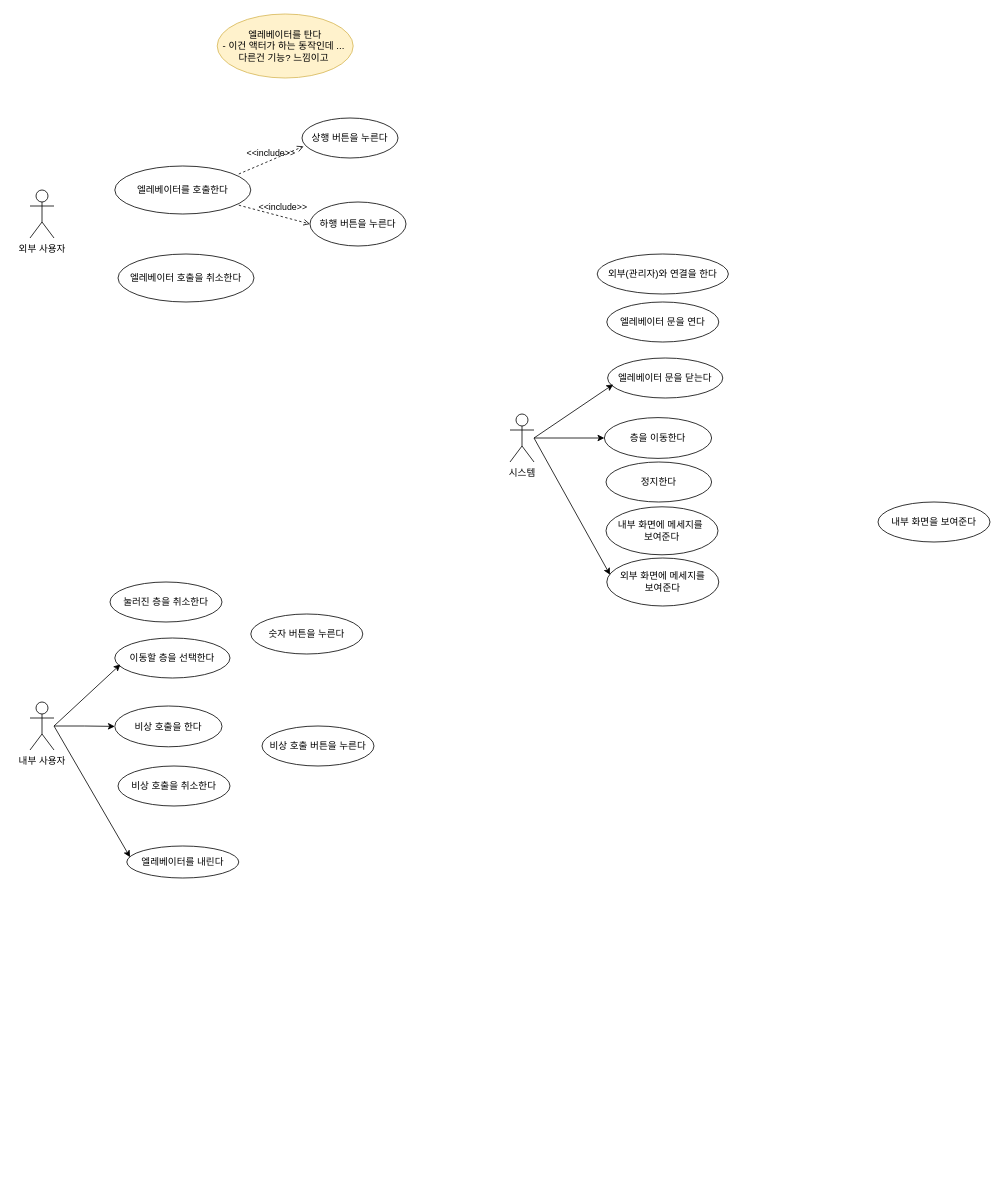
Above: usecase_diagram/elevator_system.drawio in Jin-bright/diagram_study (draw.io), before the change. Source tidied: cells renumbered, new cells numbered last; positions are measured from the earlier drawing's top-left corner, leaving out a move shared by most shapes. Both pictures are drawn from the tidied source at 80%, with x=0, y=0 at pixel (30, 14).
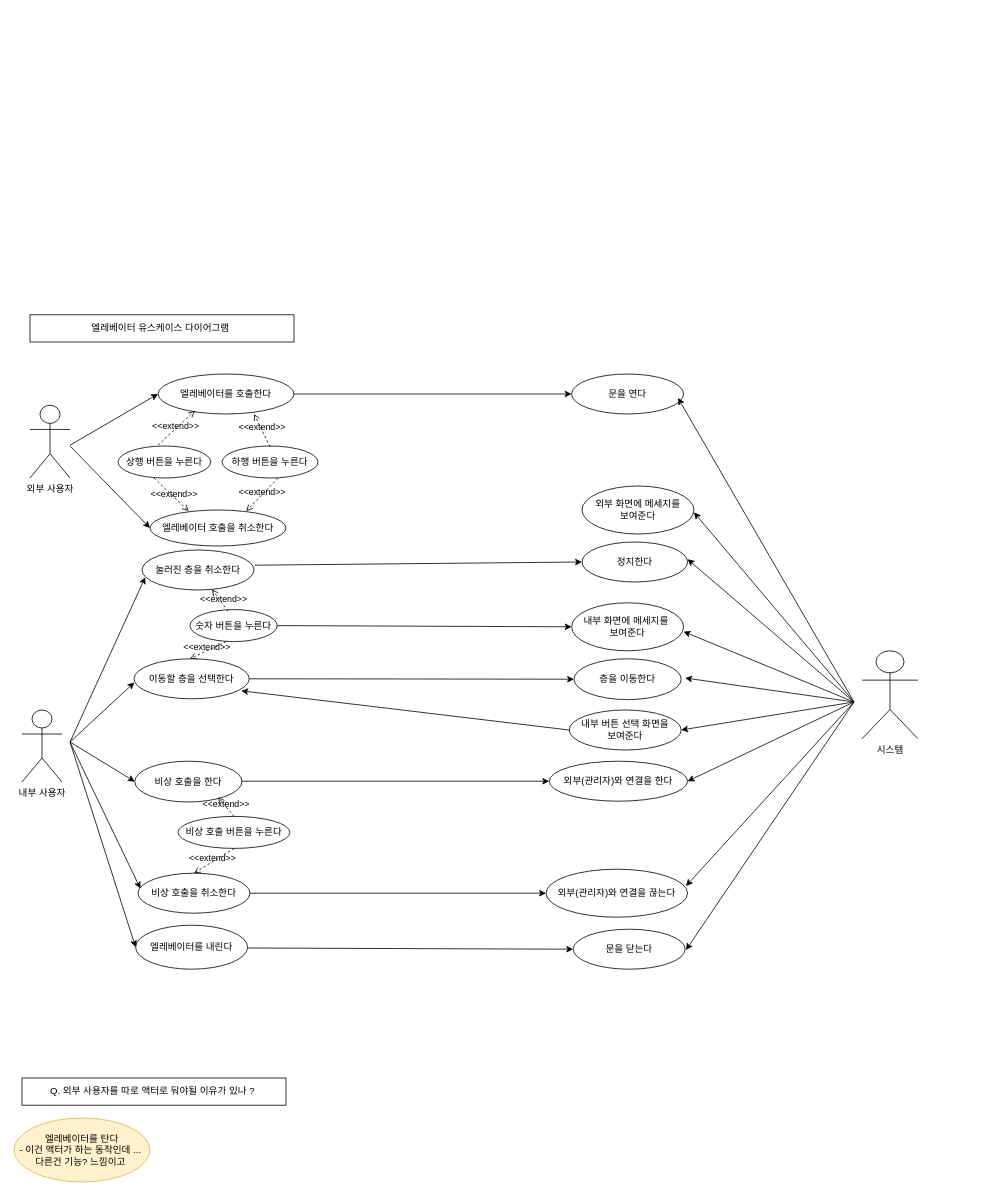
Above is the later version.

Diff of the diagram source:
```diff
@@
     <mxCell id="2" value="외부 사용자" style="shape=umlActor;verticalLabelPosition=bottom;verticalAlign=top;html=1;" parent="1" vertex="1">
-      <mxGeometry y="220" width="30" height="60" as="geometry" />
+      <mxGeometry y="489" width="50" height="91" as="geometry" />
     </mxCell>
     <mxCell id="3" value="상행 버튼을 누른다" style="ellipse;whiteSpace=wrap;html=1;" parent="1" vertex="1">
-      <mxGeometry x="340" y="130" width="120" height="50" as="geometry" />
+      <mxGeometry x="110" y="540" width="116" height="40" as="geometry" />
     </mxCell>
     <mxCell id="4" value="하행 버튼을 누른다" style="ellipse;whiteSpace=wrap;html=1;" parent="1" vertex="1">
-      <mxGeometry x="350" y="235" width="120" height="55" as="geometry" />
+      <mxGeometry x="240" y="540" width="120" height="40" as="geometry" />
     </mxCell>
     <mxCell id="5" value="엘레베이터를 탄다&lt;br&gt;- 이건 액터가 하는 동작인데 ...&amp;nbsp;&lt;br&gt;다른건 기능? 느낌이고&amp;nbsp;" style="ellipse;whiteSpace=wrap;html=1;fillColor=#fff2cc;strokeColor=#d6b656;" parent="1" vertex="1">
-      <mxGeometry x="234" width="170" height="80" as="geometry" />
+      <mxGeometry x="-20" y="1380" width="170" height="80" as="geometry" />
     </mxCell>
-    <mxCell id="6" style="edgeStyle=orthogonalEdgeStyle;rounded=0;jettySize=auto;html=1;" parent="1" edge="1" source="7" target="9">
-      <mxGeometry relative="1" as="geometry" />
-    </mxCell>
     <mxCell id="7" value="내부 사용자" style="shape=umlActor;verticalLabelPosition=bottom;verticalAlign=top;html=1;outlineConnect=0;" parent="1" vertex="1">
-      <mxGeometry y="860" width="30" height="60" as="geometry" />
+      <mxGeometry x="-10" y="870" width="50" height="90" as="geometry" />
     </mxCell>
     <mxCell id="8" value="숫자 버튼을 누른다" style="ellipse;whiteSpace=wrap;html=1;" parent="1" vertex="1">
-      <mxGeometry x="276" y="750" width="140" height="50" as="geometry" />
+      <mxGeometry x="200" y="744.5" width="109" height="40" as="geometry" />
     </mxCell>
     <mxCell id="9" value="비상 호출을 한다" style="ellipse;whiteSpace=wrap;html=1;" parent="1" vertex="1">
-      <mxGeometry x="106" y="865" width="134" height="51" as="geometry" />
+      <mxGeometry x="131" y="934" width="134" height="51" as="geometry" />
     </mxCell>
     <mxCell id="10" value="엘레베이터를 내린다" style="ellipse;whiteSpace=wrap;html=1;" parent="1" vertex="1">
-      <mxGeometry x="121" y="1040" width="140" height="40" as="geometry" />
+      <mxGeometry x="132" y="1139" width="140" height="55" as="geometry" />
     </mxCell>
+    <mxCell id="33" style="edgeStyle=orthogonalEdgeStyle;rounded=0;jettySize=auto;html=1;" parent="1" edge="1" source="11" target="35">
+      <mxGeometry relative="1" as="geometry" />
+    </mxCell>
     <mxCell id="11" value="엘레베이터를 호출한다" style="ellipse;whiteSpace=wrap;html=1;" parent="1" vertex="1">
-      <mxGeometry x="106" y="190" width="170" height="60" as="geometry" />
+      <mxGeometry x="160" y="450" width="170" height="50" as="geometry" />
     </mxCell>
     <mxCell id="12" value="이동할 층을 선택한다" style="ellipse;whiteSpace=wrap;html=1;" parent="1" vertex="1">
-      <mxGeometry x="106" y="780" width="144" height="50" as="geometry" />
+      <mxGeometry x="130" y="806" width="144" height="50" as="geometry" />
     </mxCell>
     <mxCell id="13" value="눌러진 층을 취소한다" style="ellipse;whiteSpace=wrap;html=1;" parent="1" vertex="1">
-      <mxGeometry x="100" y="710" width="140" height="50" as="geometry" />
+      <mxGeometry x="140" y="670" width="140" height="50" as="geometry" />
     </mxCell>
     <mxCell id="14" value="비상 호출을 취소한다" style="ellipse;whiteSpace=wrap;html=1;" parent="1" vertex="1">
-      <mxGeometry x="110" y="940" width="140" height="50" as="geometry" />
+      <mxGeometry x="135" y="1074" width="140" height="50" as="geometry" />
     </mxCell>
-    <mxCell id="15" style="endArrow=classic;html=1;rounded=0;entryX=0.049;entryY=0.66;entryDx=0;entryDy=0;entryPerimeter=0;" parent="1" edge="1" target="12">
+    <mxCell id="15" style="endArrow=classic;html=1;rounded=0;entryX=0.003;entryY=0.591;entryDx=0;entryDy=0;entryPerimeter=0;" parent="1" edge="1" target="12">
       <mxGeometry relative="1" as="geometry">
-        <mxPoint x="30" y="890" as="sourcePoint" />
+        <mxPoint x="50" y="910" as="sourcePoint" />
       </mxGeometry>
     </mxCell>
-    <mxCell id="16" style="endArrow=classic;html=1;rounded=0;entryX=0.029;entryY=0.35;entryDx=0;entryDy=0;entryPerimeter=0;" parent="1" edge="1" target="10">
+    <mxCell id="16" style="endArrow=classic;html=1;rounded=0;entryX=0;entryY=0.5;entryDx=0;entryDy=0;" parent="1" edge="1" target="10">
       <mxGeometry relative="1" as="geometry">
-        <mxPoint x="30" y="890" as="sourcePoint" />
+        <mxPoint x="50" y="910" as="sourcePoint" />
       </mxGeometry>
     </mxCell>
     <mxCell id="17" value="비상 호출 버튼을 누른다" style="ellipse;whiteSpace=wrap;html=1;" parent="1" vertex="1">
-      <mxGeometry x="290" y="890" width="140" height="50" as="geometry" />
+      <mxGeometry x="185" y="1003" width="140" height="40" as="geometry" />
     </mxCell>
     <mxCell id="18" value="엘레베이터 호출을 취소한다" style="ellipse;whiteSpace=wrap;html=1;" parent="1" vertex="1">
-      <mxGeometry x="110" y="300" width="170" height="60" as="geometry" />
+      <mxGeometry x="150" y="620" width="170" height="45" as="geometry" />
     </mxCell>
-    <mxCell id="19" value="&amp;lt;&amp;lt;include&amp;gt;&amp;gt;" style="html=1;verticalAlign=bottom;labelBackgroundColor=none;endArrow=open;endFill=0;dashed=1;rounded=0;entryX=0.017;entryY=0.708;entryDx=0;entryDy=0;entryPerimeter=0;" parent="1" edge="1" target="3">
-      <mxGeometry relative="1" as="geometry">
-        <mxPoint x="261" y="200" as="sourcePoint" />
-      </mxGeometry>
-    </mxCell>
-    <mxCell id="20" value="&amp;lt;&amp;lt;include&amp;gt;&amp;gt;" style="html=1;verticalAlign=bottom;labelBackgroundColor=none;endArrow=open;endFill=0;dashed=1;rounded=0;entryX=0;entryY=0.5;entryDx=0;entryDy=0;" parent="1" edge="1" target="4">
-      <mxGeometry x="0.22" y="3" relative="1" as="geometry">
-        <mxPoint x="261" y="239" as="sourcePoint" />
-      </mxGeometry>
-    </mxCell>
-    <mxCell id="21" style="edgeStyle=orthogonalEdgeStyle;rounded=0;jettySize=auto;html=1;" parent="1" edge="1" source="22" target="24">
-      <mxGeometry relative="1" as="geometry" />
-    </mxCell>
     <mxCell id="22" value="시스템" style="shape=umlActor;verticalLabelPosition=bottom;verticalAlign=top;html=1;outlineConnect=0;" parent="1" vertex="1">
-      <mxGeometry x="600" y="500" width="30" height="60" as="geometry" />
+      <mxGeometry x="1040" y="796" width="70" height="110" as="geometry" />
     </mxCell>
     <mxCell id="23" value="외부(관리자)와 연결을 한다" style="ellipse;whiteSpace=wrap;html=1;" parent="1" vertex="1">
-      <mxGeometry x="709" y="300" width="164" height="50" as="geometry" />
+      <mxGeometry x="649" y="934" width="173" height="50" as="geometry" />
     </mxCell>
     <mxCell id="24" value="층을 이동한다" style="ellipse;whiteSpace=wrap;html=1;" parent="1" vertex="1">
-      <mxGeometry x="718" y="504.5" width="134" height="51" as="geometry" />
+      <mxGeometry x="680" y="806" width="134" height="51" as="geometry" />
     </mxCell>
     <mxCell id="25" value="외부 화면에 메세지를&lt;br&gt;보여준다" style="ellipse;whiteSpace=wrap;html=1;" parent="1" vertex="1">
-      <mxGeometry x="721" y="680" width="140" height="60" as="geometry" />
+      <mxGeometry x="690" y="590" width="140" height="60" as="geometry" />
     </mxCell>
-    <mxCell id="26" value="엘레베이터 문을 닫는다" style="ellipse;whiteSpace=wrap;html=1;" parent="1" vertex="1">
-      <mxGeometry x="722" y="430" width="144" height="50" as="geometry" />
-    </mxCell>
-    <mxCell id="27" value="엘레베이터 문을 연다" style="ellipse;whiteSpace=wrap;html=1;" parent="1" vertex="1">
-      <mxGeometry x="721" y="360" width="140" height="50" as="geometry" />
-    </mxCell>
-    <mxCell id="28" value="내부 화면을 보여준다" style="ellipse;whiteSpace=wrap;html=1;" parent="1" vertex="1">
-      <mxGeometry x="1060" y="610" width="140" height="50" as="geometry" />
-    </mxCell>
-    <mxCell id="29" style="endArrow=classic;html=1;rounded=0;entryX=0.049;entryY=0.66;entryDx=0;entryDy=0;entryPerimeter=0;" parent="1" edge="1" target="26">
-      <mxGeometry relative="1" as="geometry">
-        <mxPoint x="630" y="530" as="sourcePoint" />
-      </mxGeometry>
-    </mxCell>
-    <mxCell id="30" style="endArrow=classic;html=1;rounded=0;entryX=0.029;entryY=0.35;entryDx=0;entryDy=0;entryPerimeter=0;" parent="1" edge="1" target="25">
-      <mxGeometry relative="1" as="geometry">
-        <mxPoint x="630" y="530" as="sourcePoint" />
-      </mxGeometry>
-    </mxCell>
+    <mxCell id="34" value="문을 닫는다" style="ellipse;whiteSpace=wrap;html=1;" parent="1" vertex="1">
+      <mxGeometry x="679" y="1144" width="140" height="50" as="geometry" />
+    </mxCell>
+    <mxCell id="35" value="문을 연다" style="ellipse;whiteSpace=wrap;html=1;" parent="1" vertex="1">
+      <mxGeometry x="677" y="450" width="140" height="50" as="geometry" />
+    </mxCell>
+    <mxCell id="36" value="내부 버튼 선택 화면을 &lt;br&gt;보여준다" style="ellipse;whiteSpace=wrap;html=1;" parent="1" vertex="1">
+      <mxGeometry x="674" y="870" width="140" height="50" as="geometry" />
+    </mxCell>
     <mxCell id="31" value="정지한다" style="ellipse;whiteSpace=wrap;html=1;" parent="1" vertex="1">
-      <mxGeometry x="720" y="560" width="132" height="50" as="geometry" />
+      <mxGeometry x="690" y="660" width="132" height="50" as="geometry" />
     </mxCell>
     <mxCell id="32" value="내부 화면에 메세지를&amp;nbsp;&lt;br&gt;보여준다" style="ellipse;whiteSpace=wrap;html=1;" parent="1" vertex="1">
-      <mxGeometry x="720" y="616" width="140" height="60" as="geometry" />
+      <mxGeometry x="677" y="736" width="140" height="60" as="geometry" />
     </mxCell>
+    <mxCell id="37" style="endArrow=classic;html=1;rounded=0;entryX=0;entryY=0.5;entryDx=0;entryDy=0;exitX=1.007;exitY=0.38;exitDx=0;exitDy=0;exitPerimeter=0;" parent="1" edge="1" source="13" target="31">
+      <mxGeometry relative="1" as="geometry" />
+    </mxCell>
+    <mxCell id="38" value="외부(관리자)와 연결을 끊는다" style="ellipse;whiteSpace=wrap;html=1;" parent="1" vertex="1">
+      <mxGeometry x="645" y="1069" width="177" height="60" as="geometry" />
+    </mxCell>
+    <mxCell id="39" style="endArrow=classic;html=1;rounded=0;entryX=0;entryY=0.5;entryDx=0;entryDy=0;exitX=1;exitY=0.5;exitDx=0;exitDy=0;" parent="1" edge="1" source="8" target="32">
+      <mxGeometry relative="1" as="geometry" />
+    </mxCell>
+    <mxCell id="40" style="endArrow=classic;html=1;rounded=0;entryX=0;entryY=0.5;entryDx=0;entryDy=0;" parent="1" edge="1" target="23">
+      <mxGeometry relative="1" as="geometry">
+        <mxPoint x="265" y="959" as="sourcePoint" />
+      </mxGeometry>
+    </mxCell>
+    <mxCell id="41" style="endArrow=classic;html=1;rounded=0;entryX=0;entryY=0.5;entryDx=0;entryDy=0;exitX=1;exitY=0.5;exitDx=0;exitDy=0;" parent="1" edge="1" source="14" target="38">
+      <mxGeometry relative="1" as="geometry" />
+    </mxCell>
+    <mxCell id="42" style="endArrow=classic;html=1;rounded=0;entryX=0;entryY=0.5;entryDx=0;entryDy=0;" parent="1" edge="1" target="34">
+      <mxGeometry relative="1" as="geometry">
+        <mxPoint x="272" y="1167.5" as="sourcePoint" />
+      </mxGeometry>
+    </mxCell>
+    <mxCell id="43" style="endArrow=classic;html=1;rounded=0;entryX=0;entryY=0.5;entryDx=0;entryDy=0;exitX=1;exitY=0.5;exitDx=0;exitDy=0;" parent="1" edge="1" source="12" target="24">
+      <mxGeometry relative="1" as="geometry" />
+    </mxCell>
+    <mxCell id="44" value="Q. 외부 사용자를 따로 액터로 둬야될 이유가 있나 ?&amp;nbsp;" style="rounded=0;whiteSpace=wrap;html=1;" parent="1" vertex="1">
+      <mxGeometry x="-10" y="1330" width="330" height="34" as="geometry" />
+    </mxCell>
+    <mxCell id="45" style="endArrow=classic;html=1;rounded=0;entryX=0;entryY=0.5;entryDx=0;entryDy=0;" parent="1" edge="1" target="11">
+      <mxGeometry relative="1" as="geometry">
+        <mxPoint x="50" y="539" as="sourcePoint" />
+      </mxGeometry>
+    </mxCell>
+    <mxCell id="46" style="endArrow=classic;html=1;rounded=0;entryX=0;entryY=0.5;entryDx=0;entryDy=0;" parent="1" edge="1" target="18">
+      <mxGeometry relative="1" as="geometry">
+        <mxPoint x="50" y="540" as="sourcePoint" />
+      </mxGeometry>
+    </mxCell>
+    <mxCell id="47" value="&amp;lt;&amp;lt;extend&amp;gt;&amp;gt;" style="html=1;verticalAlign=bottom;labelBackgroundColor=none;endArrow=open;endFill=0;dashed=1;rounded=0;entryX=0.706;entryY=1;entryDx=0;entryDy=0;entryPerimeter=0;" parent="1" edge="1" target="11">
+      <mxGeometry x="-0.18" y="2" relative="1" as="geometry">
+        <mxPoint x="300" y="541" as="sourcePoint" />
+      </mxGeometry>
+    </mxCell>
+    <mxCell id="48" value="&amp;lt;&amp;lt;extend&amp;gt;&amp;gt;" style="html=1;verticalAlign=bottom;labelBackgroundColor=none;endArrow=open;endFill=0;dashed=1;rounded=0;entryX=0.271;entryY=0.92;entryDx=0;entryDy=0;entryPerimeter=0;" parent="1" edge="1" target="11">
+      <mxGeometry x="-0.13" y="-4" relative="1" as="geometry">
+        <mxPoint x="160" y="539" as="sourcePoint" />
+      </mxGeometry>
+    </mxCell>
+    <mxCell id="49" value="&amp;lt;&amp;lt;extend&amp;gt;&amp;gt;" style="html=1;verticalAlign=bottom;labelBackgroundColor=none;endArrow=open;endFill=0;dashed=1;rounded=0;entryX=0.285;entryY=0.031;entryDx=0;entryDy=0;entryPerimeter=0;" parent="1" edge="1" target="18">
+      <mxGeometry x="0.25" y="-4" relative="1" as="geometry">
+        <mxPoint x="155" y="580" as="sourcePoint" />
+      </mxGeometry>
+    </mxCell>
+    <mxCell id="50" value="&amp;lt;&amp;lt;extend&amp;gt;&amp;gt;" style="html=1;verticalAlign=bottom;labelBackgroundColor=none;endArrow=open;endFill=0;dashed=1;rounded=0;entryX=0.707;entryY=0.031;entryDx=0;entryDy=0;entryPerimeter=0;" parent="1" edge="1" target="18">
+      <mxGeometry x="0.16" y="4" relative="1" as="geometry">
+        <mxPoint x="310" y="580" as="sourcePoint" />
+      </mxGeometry>
+    </mxCell>
+    <mxCell id="51" style="endArrow=classic;html=1;rounded=0;entryX=0.029;entryY=0.68;entryDx=0;entryDy=0;entryPerimeter=0;" parent="1" edge="1" target="13">
+      <mxGeometry relative="1" as="geometry">
+        <mxPoint x="50" y="910" as="sourcePoint" />
+      </mxGeometry>
+    </mxCell>
+    <mxCell id="52" style="endArrow=classic;html=1;rounded=0;entryX=0.021;entryY=0.383;entryDx=0;entryDy=0;entryPerimeter=0;" parent="1" edge="1" target="14">
+      <mxGeometry relative="1" as="geometry">
+        <mxPoint x="50" y="910" as="sourcePoint" />
+      </mxGeometry>
+    </mxCell>
+    <mxCell id="53" value="&amp;lt;&amp;lt;extend&amp;gt;&amp;gt;" style="html=1;verticalAlign=bottom;labelBackgroundColor=none;endArrow=open;endFill=0;dashed=1;rounded=0;exitX=0.5;exitY=0;exitDx=0;exitDy=0;" parent="1" edge="1" source="17">
+      <mxGeometry x="-0.3" y="4" relative="1" as="geometry">
+        <mxPoint x="235" y="979" as="targetPoint" />
+      </mxGeometry>
+    </mxCell>
+    <mxCell id="54" value="&amp;lt;&amp;lt;extend&amp;gt;&amp;gt;" style="html=1;verticalAlign=bottom;labelBackgroundColor=none;endArrow=open;endFill=0;dashed=1;rounded=0;entryX=0.5;entryY=0;entryDx=0;entryDy=0;exitX=0.5;exitY=1;exitDx=0;exitDy=0;" parent="1" edge="1" source="17" target="14">
+      <mxGeometry x="0.16" y="4" relative="1" as="geometry" />
+    </mxCell>
+    <mxCell id="55" value="&amp;lt;&amp;lt;extend&amp;gt;&amp;gt;" style="html=1;verticalAlign=bottom;labelBackgroundColor=none;endArrow=open;endFill=0;dashed=1;rounded=0;exitX=0.436;exitY=0.05;exitDx=0;exitDy=0;exitPerimeter=0;" parent="1" edge="1" source="8" target="13">
+      <mxGeometry x="-0.5" y="1" relative="1" as="geometry" />
+    </mxCell>
+    <mxCell id="56" value="&amp;lt;&amp;lt;extend&amp;gt;&amp;gt;" style="html=1;verticalAlign=bottom;labelBackgroundColor=none;endArrow=open;endFill=0;dashed=1;rounded=0;entryX=0.707;entryY=0.031;entryDx=0;entryDy=0;entryPerimeter=0;exitX=0.413;exitY=1;exitDx=0;exitDy=0;exitPerimeter=0;" parent="1" edge="1" source="8">
+      <mxGeometry x="0.16" y="4" relative="1" as="geometry">
+        <mxPoint x="200" y="806" as="targetPoint" />
+      </mxGeometry>
+    </mxCell>
+    <mxCell id="57" style="endArrow=classic;html=1;rounded=0;entryX=0.95;entryY=0.6;entryDx=0;entryDy=0;entryPerimeter=0;" parent="1" edge="1" target="35">
+      <mxGeometry relative="1" as="geometry">
+        <mxPoint x="1030" y="860" as="sourcePoint" />
+      </mxGeometry>
+    </mxCell>
+    <mxCell id="58" style="endArrow=classic;html=1;rounded=0;entryX=0.95;entryY=0.6;entryDx=0;entryDy=0;entryPerimeter=0;" parent="1" edge="1">
+      <mxGeometry relative="1" as="geometry">
+        <mxPoint x="1030" y="860" as="sourcePoint" />
+        <mxPoint x="830" y="623" as="targetPoint" />
+      </mxGeometry>
+    </mxCell>
+    <mxCell id="59" style="endArrow=classic;html=1;rounded=0;entryX=0.95;entryY=0.6;entryDx=0;entryDy=0;entryPerimeter=0;" parent="1" edge="1">
+      <mxGeometry relative="1" as="geometry">
+        <mxPoint x="1030" y="860" as="sourcePoint" />
+        <mxPoint x="822" y="681.5" as="targetPoint" />
+      </mxGeometry>
+    </mxCell>
+    <mxCell id="60" style="endArrow=classic;html=1;rounded=0;entryX=0.95;entryY=0.6;entryDx=0;entryDy=0;entryPerimeter=0;" parent="1" edge="1">
+      <mxGeometry relative="1" as="geometry">
+        <mxPoint x="1030" y="860" as="sourcePoint" />
+        <mxPoint x="817" y="772" as="targetPoint" />
+      </mxGeometry>
+    </mxCell>
+    <mxCell id="61" style="endArrow=classic;html=1;rounded=0;entryX=0.95;entryY=0.6;entryDx=0;entryDy=0;entryPerimeter=0;" parent="1" edge="1">
+      <mxGeometry relative="1" as="geometry">
+        <mxPoint x="1030" y="860" as="sourcePoint" />
+        <mxPoint x="819" y="830" as="targetPoint" />
+      </mxGeometry>
+    </mxCell>
+    <mxCell id="62" style="endArrow=classic;html=1;rounded=0;entryX=1;entryY=0.5;entryDx=0;entryDy=0;" parent="1" edge="1" target="36">
+      <mxGeometry relative="1" as="geometry">
+        <mxPoint x="1030" y="860" as="sourcePoint" />
+      </mxGeometry>
+    </mxCell>
+    <mxCell id="63" style="endArrow=classic;html=1;rounded=0;entryX=1;entryY=0.5;entryDx=0;entryDy=0;" parent="1" edge="1" target="23">
+      <mxGeometry relative="1" as="geometry">
+        <mxPoint x="1030" y="860" as="sourcePoint" />
+      </mxGeometry>
+    </mxCell>
+    <mxCell id="64" style="endArrow=classic;html=1;rounded=0;" parent="1" edge="1">
+      <mxGeometry relative="1" as="geometry">
+        <mxPoint x="1030" y="860" as="sourcePoint" />
+        <mxPoint x="820" y="1090" as="targetPoint" />
+      </mxGeometry>
+    </mxCell>
+    <mxCell id="65" value="엘레베이터 유스케이스 다이어그램&amp;nbsp;" style="rounded=0;whiteSpace=wrap;html=1;" parent="1" vertex="1">
+      <mxGeometry y="376" width="330" height="34" as="geometry" />
+    </mxCell>
+    <mxCell id="66" style="endArrow=classic;html=1;rounded=0;entryX=0.931;entryY=0.8;entryDx=0;entryDy=0;entryPerimeter=0;exitX=0;exitY=0.5;exitDx=0;exitDy=0;" parent="1" edge="1" source="36" target="12">
+      <mxGeometry relative="1" as="geometry" />
+    </mxCell>
+    <mxCell id="67" style="endArrow=classic;html=1;rounded=0;entryX=0;entryY=0.5;entryDx=0;entryDy=0;" parent="1" edge="1" target="9">
+      <mxGeometry relative="1" as="geometry">
+        <mxPoint x="50" y="910" as="sourcePoint" />
+      </mxGeometry>
+    </mxCell>
+    <mxCell id="68" style="endArrow=classic;html=1;rounded=0;" parent="1" edge="1">
+      <mxGeometry relative="1" as="geometry">
+        <mxPoint x="1030" y="860" as="sourcePoint" />
+        <mxPoint x="820" y="1170" as="targetPoint" />
+      </mxGeometry>
+    </mxCell>
```
